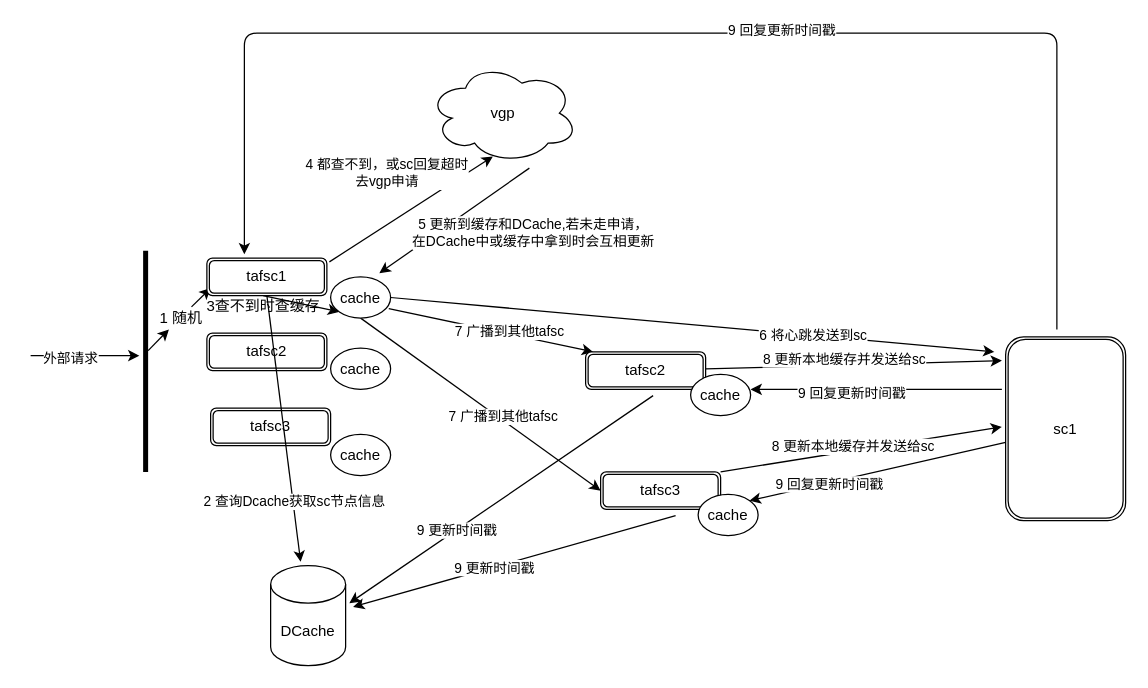
Before: tafsc.drawio in xdksx/hello-world, a draw.io diagram. Source tidied: cells renumbered, new cells numbered last; positions are measured from the earlier drawing's top-left corner, leaving out a move shared by most shapes. Both pictures are drawn from the tidied source at 125%, with x=0, y=0 at pixel (30, 32).
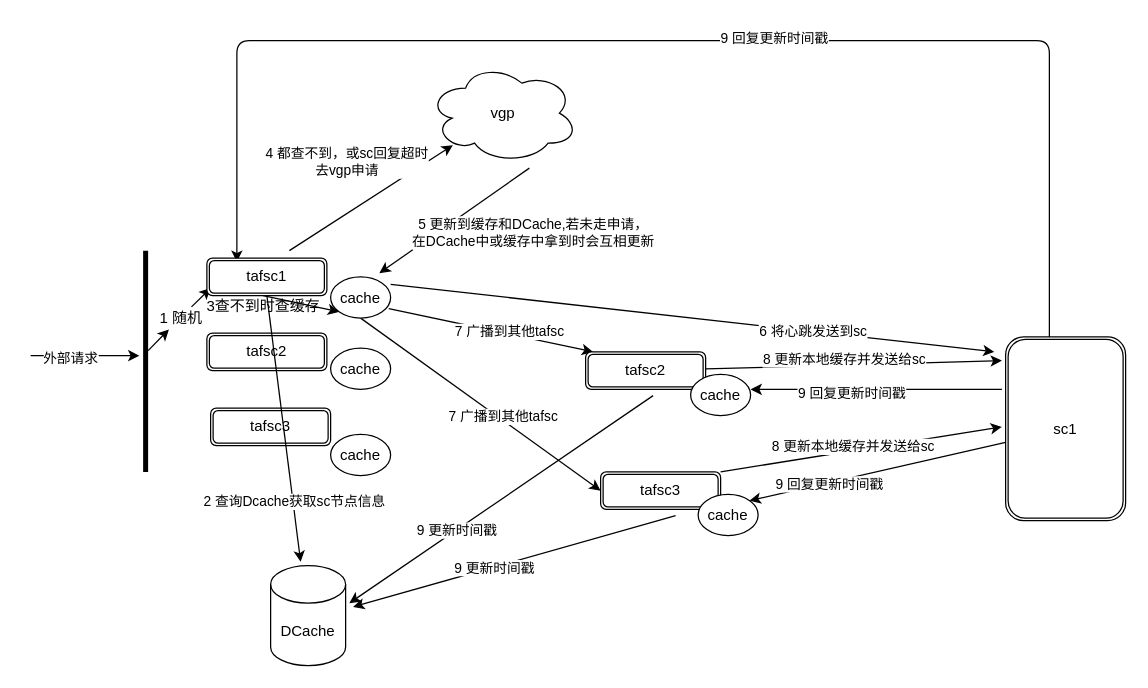
After the change.

The change refers to these unchanged cells:
```xml
<mxCell id="18" value="vgp" style="ellipse;shape=cloud;whiteSpace=wrap;html=1;" parent="1" vertex="1">
  <mxGeometry x="318" y="24" width="120" height="80" as="geometry" />
</mxCell>
<mxCell id="51" value="cache" style="ellipse;whiteSpace=wrap;html=1;" parent="49" vertex="1">
  <mxGeometry x="99" y="15" width="48" height="33" as="geometry" />
</mxCell>
```

What changed in the source:
```diff
@@
-    <mxCell id="19" style="endArrow=classic;html=1;entryX=0.432;entryY=0.933;entryDx=0;entryDy=0;entryPerimeter=0;" parent="1" edge="1" target="18">
+    <mxCell id="19" style="endArrow=classic;html=1;entryX=0.432;entryY=0.933;entryDx=0;entryDy=0;entryPerimeter=0;" parent="1" edge="1">
       <mxGeometry relative="1" as="geometry">
-        <mxPoint x="239" y="183" as="sourcePoint" />
+        <mxPoint x="207" y="174" as="sourcePoint" />
+        <mxPoint x="337.8" y="89.6" as="targetPoint" />
       </mxGeometry>
     </mxCell>
@@
-    <mxCell id="23" style="endArrow=classic;html=1;exitX=1;exitY=0.5;exitDx=0;exitDy=0;" parent="1" edge="1" source="51">
+    <mxCell id="23" style="endArrow=classic;html=1;" parent="1" edge="1">
       <mxGeometry relative="1" as="geometry">
+        <mxPoint x="288" y="201" as="sourcePoint" />
         <mxPoint x="771" y="255" as="targetPoint" />
       </mxGeometry>
     </mxCell>
@@
     <mxCell id="31" style="edgeStyle=segmentEdgeStyle;endArrow=classic;html=1;" parent="1" edge="1">
       <mxGeometry relative="1" as="geometry">
-        <mxPoint x="821" y="237" as="sourcePoint" />
-        <mxPoint x="171" y="177" as="targetPoint" />
+        <mxPoint x="815" y="243" as="sourcePoint" />
+        <mxPoint x="165" y="183" as="targetPoint" />
         <Array as="points">
-          <mxPoint x="821" />
-          <mxPoint x="171" />
+          <mxPoint x="815" y="6" />
+          <mxPoint x="165" y="6" />
         </Array>
       </mxGeometry>
     </mxCell>
```
